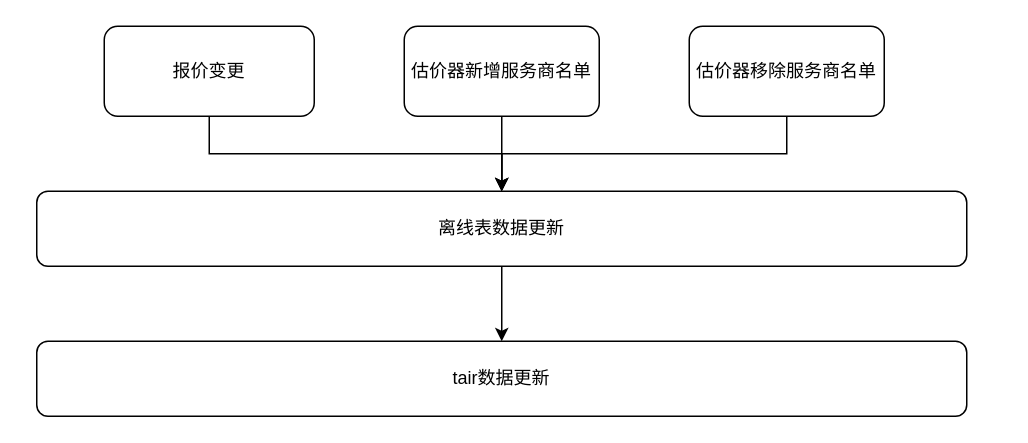
heyrry/hello keeps this draw.io diagram as 估价器买家海整离线数据处理.drawio. Above is the earlier version. Source tidied: cells renumbered, new cells numbered last; positions are measured from the earlier drawing's top-left corner, leaving out a move shared by most shapes. Both pictures are drawn from the tidied source at 150%, with x=0, y=0 at pixel (36, 26).
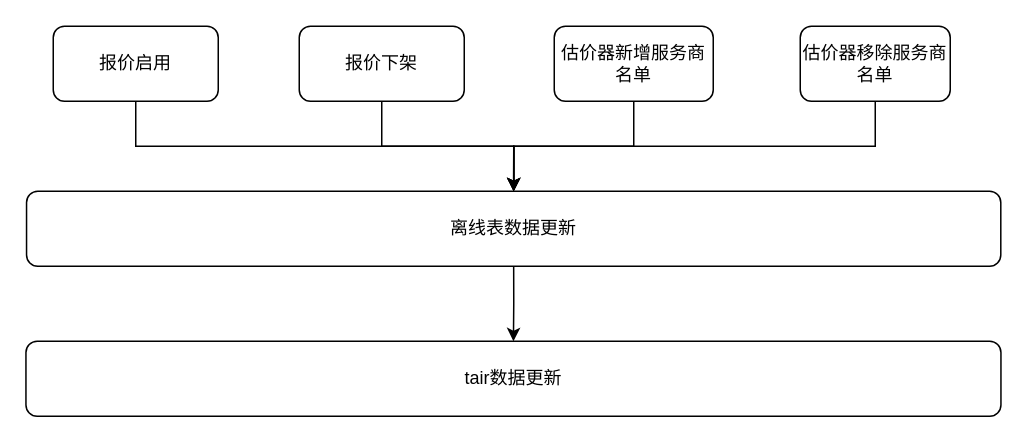
After the change.

Commit message:
更新估价器买家海整离线数据处理.drawio

Diff of the diagram source:
```diff
@@
 <mxGraphModel>
   <root>
     <mxCell id="0" />
     <mxCell id="1" parent="0" />
-    <mxCell id="2" style="edgeStyle=orthogonalEdgeStyle;rounded=0;jettySize=auto;html=1;exitX=0.5;exitY=1;exitDx=0;exitDy=0;entryX=0.5;entryY=0;entryDx=0;entryDy=0;" parent="1" edge="1" source="3" target="9">
-      <mxGeometry relative="1" as="geometry" />
-    </mxCell>
-    <mxCell id="3" value="报价变更" style="rounded=1;whiteSpace=wrap;html=1;fillColor=none;" parent="1" vertex="1">
-      <mxGeometry x="45" width="140" height="60" as="geometry" />
-    </mxCell>
     <mxCell id="4" style="edgeStyle=orthogonalEdgeStyle;rounded=0;jettySize=auto;html=1;exitX=0.5;exitY=1;exitDx=0;exitDy=0;entryX=0.5;entryY=0;entryDx=0;entryDy=0;" parent="1" edge="1" source="5" target="9">
       <mxGeometry relative="1" as="geometry" />
     </mxCell>
     <mxCell id="5" value="估价器移除服务商名单" style="rounded=1;whiteSpace=wrap;html=1;fillColor=none;" parent="1" vertex="1">
-      <mxGeometry x="435" width="130" height="60" as="geometry" />
+      <mxGeometry x="509" width="100" height="50" as="geometry" />
     </mxCell>
     <mxCell id="6" style="edgeStyle=orthogonalEdgeStyle;rounded=0;jettySize=auto;html=1;exitX=0.5;exitY=1;exitDx=0;exitDy=0;entryX=0.5;entryY=0;entryDx=0;entryDy=0;" parent="1" edge="1" source="7" target="9">
       <mxGeometry relative="1" as="geometry" />
     </mxCell>
     <mxCell id="7" value="估价器新增服务商名单" style="rounded=1;whiteSpace=wrap;html=1;fillColor=none;" parent="1" vertex="1">
-      <mxGeometry x="245" width="130" height="60" as="geometry" />
+      <mxGeometry x="345" width="106" height="50" as="geometry" />
     </mxCell>
     <mxCell id="8" style="edgeStyle=orthogonalEdgeStyle;rounded=0;jettySize=auto;html=1;exitX=0.5;exitY=1;exitDx=0;exitDy=0;" parent="1" edge="1" source="9" target="10">
       <mxGeometry relative="1" as="geometry" />
     </mxCell>
     <mxCell id="9" value="离线表数据更新" style="rounded=1;whiteSpace=wrap;html=1;fillColor=none;" parent="1" vertex="1">
-      <mxGeometry y="110" width="620" height="50" as="geometry" />
+      <mxGeometry x="-6.8" y="110" width="649.5" height="50" as="geometry" />
     </mxCell>
     <mxCell id="10" value="tair数据更新" style="rounded=1;whiteSpace=wrap;html=1;fillColor=none;" parent="1" vertex="1">
-      <mxGeometry y="210" width="620" height="50" as="geometry" />
+      <mxGeometry x="-7.2" y="210" width="650" height="50" as="geometry" />
     </mxCell>
+    <mxCell id="11" style="edgeStyle=orthogonalEdgeStyle;rounded=0;jettySize=auto;html=1;exitX=0.5;exitY=1;exitDx=0;exitDy=0;" parent="1" edge="1" source="12" target="9">
+      <mxGeometry relative="1" as="geometry" />
+    </mxCell>
+    <mxCell id="12" value="报价启用" style="rounded=1;whiteSpace=wrap;html=1;fillColor=none;" parent="1" vertex="1">
+      <mxGeometry x="11" width="110" height="50" as="geometry" />
+    </mxCell>
+    <mxCell id="13" style="edgeStyle=orthogonalEdgeStyle;rounded=0;jettySize=auto;html=1;exitX=0.5;exitY=1;exitDx=0;exitDy=0;entryX=0.5;entryY=0;entryDx=0;entryDy=0;" parent="1" edge="1" source="14" target="9">
+      <mxGeometry relative="1" as="geometry" />
+    </mxCell>
+    <mxCell id="14" value="报价下架" style="rounded=1;whiteSpace=wrap;html=1;fillColor=none;" parent="1" vertex="1">
+      <mxGeometry x="175" width="110" height="50" as="geometry" />
+    </mxCell>
   </root>
 </mxGraphModel>
```
